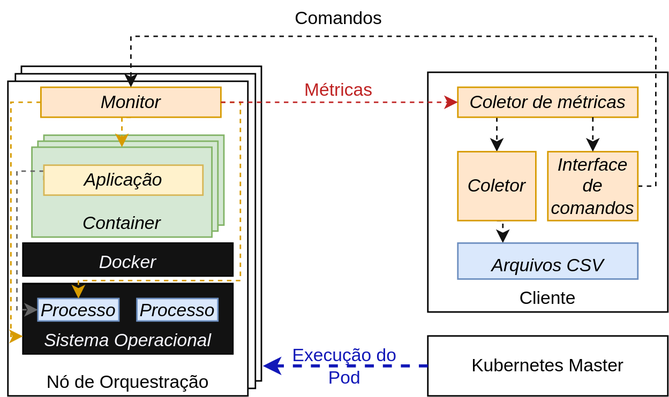
This is assets/diagram-pt.svg from hrchlhck/kubemon, a draw.io export, as it was before one commit. Source tidied: cells renumbered, new cells last; positions are measured from the earlier drawing's top-left corner, leaving out a move shared by most shapes.
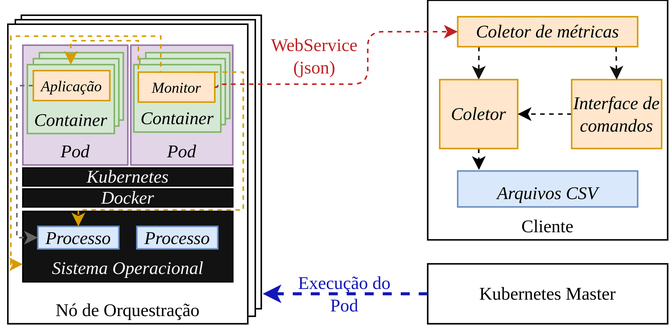
After the commit.

Change to the diagram source:
```diff
@@ -2,132 +2,143 @@
   <root>
     <mxCell id="0" />
     <mxCell id="1" parent="0" />
-    <mxCell id="2" style="rounded=0;whiteSpace=wrap;html=1;verticalAlign=bottom;" parent="1" vertex="1">
-      <mxGeometry x="9" y="44" width="160" height="210" as="geometry" />
-    </mxCell>
-    <mxCell id="3" style="rounded=0;whiteSpace=wrap;html=1;verticalAlign=bottom;" parent="1" vertex="1">
-      <mxGeometry x="5" y="49" width="160" height="210" as="geometry" />
-    </mxCell>
+    <mxCell id="33" style="rounded=0;whiteSpace=wrap;html=1;verticalAlign=bottom;fontFamily=Palatino;" parent="1" vertex="1">
+      <mxGeometry x="9" y="58" width="160" height="196" as="geometry" />
+    </mxCell>
+    <mxCell id="34" style="rounded=0;whiteSpace=wrap;html=1;verticalAlign=bottom;fontFamily=Palatino;" parent="1" vertex="1">
+      <mxGeometry x="5" y="61" width="160" height="198" as="geometry" />
+    </mxCell>
-    <mxCell id="4" value="Nó de Orquestração" style="rounded=0;whiteSpace=wrap;html=1;verticalAlign=bottom;" parent="1" vertex="1">
-      <mxGeometry y="54" width="160" height="210" as="geometry" />
+    <mxCell id="4" value="Nó de Orquestração" style="rounded=0;whiteSpace=wrap;html=1;verticalAlign=bottom;fontFamily=Palatino;" parent="1" vertex="1">
+      <mxGeometry y="64" width="160" height="200" as="geometry" />
     </mxCell>
-    <mxCell id="5" value="&lt;i&gt;Container&lt;/i&gt;" style="rounded=0;whiteSpace=wrap;html=1;verticalAlign=bottom;fillColor=#d5e8d4;strokeColor=#82b366;" parent="1" vertex="1">
-      <mxGeometry x="24" y="90" width="120" height="60" as="geometry" />
-    </mxCell>
-    <mxCell id="6" value="&lt;i&gt;Container&lt;/i&gt;" style="rounded=0;whiteSpace=wrap;html=1;verticalAlign=bottom;fillColor=#d5e8d4;strokeColor=#82b366;" parent="1" vertex="1">
-      <mxGeometry x="20" y="94" width="120" height="60" as="geometry" />
-    </mxCell>
-    <mxCell id="7" value="&lt;i&gt;Container&lt;/i&gt;" style="rounded=0;whiteSpace=wrap;html=1;verticalAlign=bottom;fillColor=#d5e8d4;strokeColor=#82b366;" parent="1" vertex="1">
-      <mxGeometry x="16" y="98" width="120" height="60" as="geometry" />
-    </mxCell>
+    <mxCell id="35" value="Pod" style="rounded=0;whiteSpace=wrap;html=1;fillColor=#e1d5e7;strokeColor=#9673a6;fontStyle=2;fontFamily=Palatino;verticalAlign=bottom;" parent="1" vertex="1">
+      <mxGeometry x="10" y="78" width="70" height="80" as="geometry" />
+    </mxCell>
+    <mxCell id="36" value="&lt;div&gt;&lt;br&gt;&lt;/div&gt;&lt;div&gt;&lt;br&gt;&lt;/div&gt;" style="rounded=0;whiteSpace=wrap;html=1;verticalAlign=bottom;fillColor=#d5e8d4;strokeColor=#82b366;fontFamily=Palatino;" parent="1" vertex="1">
+      <mxGeometry x="21" y="83" width="56" height="45" as="geometry" />
+    </mxCell>
+    <mxCell id="37" style="rounded=0;whiteSpace=wrap;html=1;verticalAlign=bottom;fillColor=#d5e8d4;strokeColor=#82b366;fontFamily=Palatino;" parent="1" vertex="1">
+      <mxGeometry x="17" y="87" width="57" height="45" as="geometry" />
+    </mxCell>
+    <mxCell id="38" value="&lt;i&gt;Container&lt;/i&gt;" style="rounded=0;whiteSpace=wrap;html=1;verticalAlign=bottom;fillColor=#d5e8d4;strokeColor=#82b366;fontFamily=Palatino;" parent="1" vertex="1">
+      <mxGeometry x="13" y="91" width="58" height="46" as="geometry" />
+    </mxCell>
-    <mxCell id="8" value="&lt;i&gt;Sistema Operacional&lt;br&gt;&lt;/i&gt;" style="rounded=0;whiteSpace=wrap;html=1;verticalAlign=bottom;fillColor=#121212;fontColor=#F8F8FF;" parent="1" vertex="1">
+    <mxCell id="8" value="&lt;i&gt;Sistema Operacional&lt;br&gt;&lt;/i&gt;" style="rounded=0;whiteSpace=wrap;html=1;verticalAlign=bottom;fillColor=#121212;fontColor=#F8F8FF;fontFamily=Palatino;" parent="1" vertex="1">
       <mxGeometry x="10" y="189" width="140" height="47" as="geometry" />
     </mxCell>
-    <mxCell id="9" value="Docker" style="rounded=0;whiteSpace=wrap;html=1;verticalAlign=bottom;fillColor=#121212;fontColor=#F8F8FF;fontStyle=2;" parent="1" vertex="1">
-      <mxGeometry x="10" y="162" width="140" height="22" as="geometry" />
+    <mxCell id="9" value="Docker" style="rounded=0;whiteSpace=wrap;html=1;verticalAlign=middle;fillColor=#121212;fontColor=#F8F8FF;fontStyle=2;fontFamily=Palatino;" parent="1" vertex="1">
+      <mxGeometry x="10" y="174" width="140" height="12" as="geometry" />
     </mxCell>
-    <mxCell id="10" value="&lt;div align=&quot;center&quot;&gt;Processo&lt;/div&gt;" style="rounded=0;whiteSpace=wrap;html=1;fillColor=#dae8fc;verticalAlign=middle;strokeColor=#6c8ebf;align=center;fontStyle=2;" parent="1" vertex="1">
-      <mxGeometry x="86" y="199" width="54" height="15" as="geometry" />
-    </mxCell>
-    <mxCell id="11" style="edgeStyle=orthogonalEdgeStyle;jettySize=auto;html=1;exitX=0;exitY=0.5;exitDx=0;exitDy=0;entryX=0;entryY=0.5;entryDx=0;entryDy=0;fontColor=#F8F8FF;fillColor=#f5f5f5;strokeColor=#666666;rounded=0;dashed=1;" parent="1" edge="1" source="12" target="13">
-      <mxGeometry relative="1" as="geometry">
-        <Array as="points">
-          <mxPoint x="24" y="114" />
-          <mxPoint x="6" y="114" />
-          <mxPoint x="6" y="207" />
-        </Array>
-      </mxGeometry>
-    </mxCell>
-    <mxCell id="12" value="Aplicação" style="rounded=0;whiteSpace=wrap;html=1;fillColor=#fff2cc;verticalAlign=middle;strokeColor=#d6b656;fontStyle=2;" parent="1" vertex="1">
-      <mxGeometry x="24" y="110" width="106" height="20" as="geometry" />
-    </mxCell>
-    <mxCell id="13" value="&lt;div align=&quot;center&quot;&gt;Processo&lt;/div&gt;" style="rounded=0;whiteSpace=wrap;html=1;fillColor=#dae8fc;verticalAlign=middle;strokeColor=#6c8ebf;align=center;fontStyle=2;" parent="1" vertex="1">
-      <mxGeometry x="20" y="199" width="54" height="15" as="geometry" />
-    </mxCell>
-    <mxCell id="14" style="edgeStyle=orthogonalEdgeStyle;rounded=0;jettySize=auto;html=1;exitX=1;exitY=0.5;exitDx=0;exitDy=0;entryX=0.5;entryY=0;entryDx=0;entryDy=0;dashed=1;fontColor=#F8F8FF;strokeColor=#d79b00;fillColor=#ffe6cc;" parent="1" edge="1" source="17" target="13">
-      <mxGeometry relative="1" as="geometry">
-        <Array as="points">
-          <mxPoint x="155" y="68" />
-          <mxPoint x="155" y="187" />
-          <mxPoint x="47" y="187" />
-        </Array>
-      </mxGeometry>
-    </mxCell>
-    <mxCell id="15" style="edgeStyle=orthogonalEdgeStyle;rounded=0;jettySize=auto;html=1;exitX=0.5;exitY=1;exitDx=0;exitDy=0;entryX=0.5;entryY=0;entryDx=0;entryDy=0;dashed=1;fontColor=#F8F8FF;strokeColor=#d79b00;fillColor=#ffe6cc;" parent="1" edge="1" source="17" target="7">
-      <mxGeometry relative="1" as="geometry" />
-    </mxCell>
-    <mxCell id="16" style="edgeStyle=orthogonalEdgeStyle;rounded=0;jettySize=auto;html=1;exitX=0;exitY=0.5;exitDx=0;exitDy=0;entryX=0;entryY=0.75;entryDx=0;entryDy=0;dashed=1;fontColor=#F8F8FF;strokeColor=#d79b00;fillColor=#ffe6cc;" parent="1" edge="1" source="17" target="8">
-      <mxGeometry relative="1" as="geometry">
-        <Array as="points">
-          <mxPoint x="2" y="68" />
-          <mxPoint x="2" y="224" />
-        </Array>
-      </mxGeometry>
-    </mxCell>
-    <mxCell id="17" value="Monitor" style="rounded=0;whiteSpace=wrap;html=1;fillColor=#ffe6cc;verticalAlign=middle;strokeColor=#d79b00;fontStyle=2;" parent="1" vertex="1">
-      <mxGeometry x="22" y="58" width="120" height="20" as="geometry" />
-    </mxCell>
+    <mxCell id="39" value="&lt;div align=&quot;center&quot;&gt;Processo&lt;/div&gt;" style="rounded=0;whiteSpace=wrap;html=1;fillColor=#dae8fc;verticalAlign=middle;strokeColor=#6c8ebf;align=center;fontStyle=2;fontFamily=Palatino;" parent="1" vertex="1">
+      <mxGeometry x="86" y="199" width="54" height="15" as="geometry" />
+    </mxCell>
+    <mxCell id="40" style="edgeStyle=orthogonalEdgeStyle;jettySize=auto;html=1;exitX=0;exitY=0.5;exitDx=0;exitDy=0;entryX=0;entryY=0.5;entryDx=0;entryDy=0;fontColor=#F8F8FF;fillColor=#f5f5f5;strokeColor=#666666;rounded=0;dashed=1;fontFamily=Palatino;" parent="1" edge="1" source="12" target="41">
+      <mxGeometry relative="1" as="geometry">
+        <Array as="points">
+          <mxPoint x="6" y="105" />
+          <mxPoint x="6" y="207" />
+        </Array>
+      </mxGeometry>
+    </mxCell>
+    <mxCell id="41" value="&lt;div align=&quot;center&quot;&gt;Processo&lt;/div&gt;" style="rounded=0;whiteSpace=wrap;html=1;fillColor=#dae8fc;verticalAlign=middle;strokeColor=#6c8ebf;align=center;fontStyle=2;fontFamily=Palatino;" parent="1" vertex="1">
+      <mxGeometry x="20" y="199" width="54" height="15" as="geometry" />
+    </mxCell>
-    <mxCell id="18" value="Kubernetes Master" style="rounded=0;whiteSpace=wrap;html=1;verticalAlign=middle;" parent="1" vertex="1">
+    <mxCell id="18" value="Kubernetes Master" style="rounded=0;whiteSpace=wrap;html=1;verticalAlign=middle;fontFamily=Palatino;" parent="1" vertex="1">
       <mxGeometry x="280" y="224" width="160" height="40" as="geometry" />
     </mxCell>
-    <mxCell id="19" style="endArrow=classic;html=1;exitX=0;exitY=0.5;exitDx=0;exitDy=0;dashed=1;strokeColor=#1218B8;strokeWidth=2;rounded=1;" parent="1" edge="1" source="18">
-      <mxGeometry relative="1" as="geometry">
-        <mxPoint x="170" y="244" as="targetPoint" />
-      </mxGeometry>
-    </mxCell>
+    <mxCell id="42" style="endArrow=classic;html=1;exitX=0;exitY=0.5;exitDx=0;exitDy=0;dashed=1;strokeColor=#1218B8;strokeWidth=2;rounded=1;fontFamily=Palatino;" parent="1" edge="1" source="18">
+      <mxGeometry relative="1" as="geometry">
+        <mxPoint x="170" y="244" as="targetPoint" />
+      </mxGeometry>
+    </mxCell>
-    <mxCell id="20" value="Cliente" style="whiteSpace=wrap;html=1;verticalAlign=bottom;fontStyle=0;" parent="1" vertex="1">
+    <mxCell id="20" value="Cliente" style="whiteSpace=wrap;html=1;verticalAlign=bottom;fontStyle=0;fontFamily=Palatino;" parent="1" vertex="1">
       <mxGeometry x="280" y="48" width="160" height="160" as="geometry" />
     </mxCell>
-    <mxCell id="21" style="edgeStyle=orthogonalEdgeStyle;rounded=0;jettySize=auto;html=1;exitX=0.25;exitY=1;exitDx=0;exitDy=0;entryX=0.5;entryY=0;entryDx=0;entryDy=0;dashed=1;strokeWidth=1;strokeColor=#121212;" parent="1" edge="1" source="22" target="25">
-      <mxGeometry relative="1" as="geometry">
-        <Array as="points">
-          <mxPoint x="326" y="77" />
-        </Array>
-      </mxGeometry>
+    <mxCell id="21" style="edgeStyle=orthogonalEdgeStyle;rounded=0;jettySize=auto;html=1;entryX=0.5;entryY=0;entryDx=0;entryDy=0;dashed=1;strokeWidth=1;strokeColor=#121212;fontFamily=Palatino;exitX=0.118;exitY=1.003;exitDx=0;exitDy=0;exitPerimeter=0;" parent="1" edge="1" source="22" target="25">
+      <mxGeometry relative="1" as="geometry" />
     </mxCell>
-    <mxCell id="22" value="Coletor de métricas" style="rounded=0;whiteSpace=wrap;html=1;fillColor=#ffe6cc;verticalAlign=middle;strokeColor=#d79b00;fontStyle=2;" parent="1" vertex="1">
-      <mxGeometry x="300" y="58" width="120" height="20" as="geometry" />
+    <mxCell id="22" value="Coletor de métricas" style="rounded=0;whiteSpace=wrap;html=1;fillColor=#ffe6cc;verticalAlign=middle;strokeColor=#d79b00;fontStyle=2;fontFamily=Palatino;" parent="1" vertex="1">
+      <mxGeometry x="300" y="59" width="120" height="20" as="geometry" />
     </mxCell>
-    <mxCell id="23" style="edgeStyle=orthogonalEdgeStyle;rounded=1;jettySize=auto;html=1;exitX=1;exitY=0.5;exitDx=0;exitDy=0;entryX=0;entryY=0.5;entryDx=0;entryDy=0;dashed=1;strokeWidth=1;fillColor=#dae8fc;strokeColor=#BF2222;" parent="1" edge="1" source="17" target="22">
-      <mxGeometry relative="1" as="geometry" />
-    </mxCell>
-    <mxCell id="24" style="edgeStyle=orthogonalEdgeStyle;rounded=0;jettySize=auto;html=1;exitX=0.5;exitY=1;exitDx=0;exitDy=0;entryX=0.25;entryY=0;entryDx=0;entryDy=0;dashed=1;strokeColor=#121212;strokeWidth=1;" parent="1" edge="1" source="25" target="29">
+    <mxCell id="24" style="edgeStyle=orthogonalEdgeStyle;rounded=0;jettySize=auto;html=1;exitX=0.5;exitY=1;exitDx=0;exitDy=0;entryX=0.118;entryY=-0.03;entryDx=0;entryDy=0;entryPerimeter=0;dashed=1;" parent="1" edge="1" source="25" target="29">
       <mxGeometry relative="1" as="geometry" />
     </mxCell>
-    <mxCell id="25" value="Coletor" style="rounded=0;whiteSpace=wrap;html=1;fillColor=#ffe6cc;verticalAlign=middle;strokeColor=#d79b00;fontStyle=2;" parent="1" vertex="1">
-      <mxGeometry x="300" y="101" width="52" height="46" as="geometry" />
+    <mxCell id="25" value="Coletor" style="rounded=0;whiteSpace=wrap;html=1;fillColor=#ffe6cc;verticalAlign=middle;strokeColor=#d79b00;fontStyle=2;fontFamily=Palatino;" parent="1" vertex="1">
+      <mxGeometry x="288" y="101" width="52" height="46" as="geometry" />
     </mxCell>
-    <mxCell id="26" style="edgeStyle=orthogonalEdgeStyle;rounded=0;jettySize=auto;html=1;exitX=1;exitY=0.5;exitDx=0;exitDy=0;entryX=0.5;entryY=0;entryDx=0;entryDy=0;dashed=1;strokeColor=#121212;strokeWidth=1;" parent="1" edge="1" source="27" target="17">
-      <mxGeometry relative="1" as="geometry">
-        <Array as="points">
-          <mxPoint x="432" y="124" />
-          <mxPoint x="432" y="24" />
-          <mxPoint x="82" y="24" />
-        </Array>
-      </mxGeometry>
-    </mxCell>
+    <mxCell id="43" style="edgeStyle=orthogonalEdgeStyle;rounded=0;jettySize=auto;html=1;exitX=0;exitY=0.5;exitDx=0;exitDy=0;entryX=1;entryY=0.5;entryDx=0;entryDy=0;dashed=1;" parent="1" edge="1" source="27" target="25">
+      <mxGeometry relative="1" as="geometry" />
+    </mxCell>
-    <mxCell id="27" value="Interface de comandos" style="rounded=0;whiteSpace=wrap;html=1;fillColor=#ffe6cc;verticalAlign=middle;strokeColor=#d79b00;fontStyle=2;" parent="1" vertex="1">
-      <mxGeometry x="360" y="101" width="60" height="46" as="geometry" />
+    <mxCell id="27" value="Interface de comandos" style="rounded=0;whiteSpace=wrap;html=1;fillColor=#ffe6cc;verticalAlign=middle;strokeColor=#d79b00;fontStyle=2;fontFamily=Palatino;" parent="1" vertex="1">
+      <mxGeometry x="376" y="101" width="60" height="46" as="geometry" />
     </mxCell>
-    <mxCell id="28" style="edgeStyle=orthogonalEdgeStyle;rounded=0;jettySize=auto;html=1;exitX=0.75;exitY=1;exitDx=0;exitDy=0;entryX=0.5;entryY=0;entryDx=0;entryDy=0;dashed=1;strokeWidth=1;strokeColor=#121212;" parent="1" edge="1" source="22" target="27">
-      <mxGeometry relative="1" as="geometry">
-        <Array as="points">
-          <mxPoint x="390" y="87" />
-          <mxPoint x="390" y="87" />
-        </Array>
-      </mxGeometry>
+    <mxCell id="28" style="edgeStyle=orthogonalEdgeStyle;rounded=0;jettySize=auto;html=1;exitX=0.88;exitY=1.021;exitDx=0;exitDy=0;entryX=0.5;entryY=0;entryDx=0;entryDy=0;dashed=1;strokeWidth=1;strokeColor=#121212;fontFamily=Palatino;exitPerimeter=0;" parent="1" edge="1" source="22" target="27">
+      <mxGeometry relative="1" as="geometry" />
     </mxCell>
-    <mxCell id="29" value="Arquivos CSV" style="rounded=0;whiteSpace=wrap;html=1;verticalAlign=bottom;fillColor=#dae8fc;strokeColor=#6c8ebf;fontStyle=2;" parent="1" vertex="1">
+    <mxCell id="29" value="Arquivos CSV" style="rounded=0;whiteSpace=wrap;html=1;verticalAlign=bottom;fillColor=#dae8fc;strokeColor=#6c8ebf;fontStyle=2;fontFamily=Palatino;" parent="1" vertex="1">
       <mxGeometry x="300" y="162" width="120" height="24" as="geometry" />
     </mxCell>
-    <mxCell id="30" value="Comandos" style="text;html=1;align=center;verticalAlign=middle;strokeColor=none;" parent="1" vertex="1">
-      <mxGeometry x="184" width="72" height="24" as="geometry" />
-    </mxCell>
-    <mxCell id="31" value="Métricas" style="text;html=1;align=center;verticalAlign=middle;strokeColor=none;fontColor=#BF2222;" parent="1" vertex="1">
-      <mxGeometry x="192" y="48" width="56" height="24" as="geometry" />
-    </mxCell>
+    <mxCell id="44" value="&lt;div&gt;WebService &lt;br&gt;&lt;/div&gt;&lt;div&gt;(json)&lt;/div&gt;" style="text;html=1;align=center;verticalAlign=middle;strokeColor=none;fontColor=#BF2222;fontFamily=Palatino;" parent="1" vertex="1">
+      <mxGeometry x="168" y="65" width="72" height="40" as="geometry" />
+    </mxCell>
+    <mxCell id="45" value="Pod" style="rounded=0;whiteSpace=wrap;html=1;fillColor=#e1d5e7;strokeColor=#9673a6;fontStyle=2;fontFamily=Palatino;verticalAlign=bottom;" parent="1" vertex="1">
+      <mxGeometry x="82" y="78" width="68" height="80" as="geometry" />
+    </mxCell>
-    <mxCell id="32" value="&lt;div&gt;Execução do&lt;/div&gt;&lt;div&gt;Pod&lt;br&gt;&lt;/div&gt;" style="text;html=1;align=center;verticalAlign=middle;strokeColor=none;fontColor=#1218B8;" parent="1" vertex="1">
+    <mxCell id="32" value="&lt;div&gt;Execução do&lt;/div&gt;&lt;div&gt;Pod&lt;br&gt;&lt;/div&gt;" style="text;html=1;align=center;verticalAlign=middle;strokeColor=none;fontColor=#1218B8;fontFamily=Palatino;" parent="1" vertex="1">
       <mxGeometry x="184" y="224" width="80" height="40" as="geometry" />
     </mxCell>
+    <mxCell id="12" value="Aplicação" style="rounded=0;whiteSpace=wrap;html=1;fillColor=#ffe6cc;verticalAlign=middle;strokeColor=#d79b00;fontStyle=2;fontFamily=Palatino;fontSize=10;" parent="1" vertex="1">
+      <mxGeometry x="17" y="95" width="51" height="20" as="geometry" />
+    </mxCell>
+    <mxCell id="46" value="&lt;div&gt;&lt;br&gt;&lt;/div&gt;&lt;div&gt;&lt;br&gt;&lt;/div&gt;" style="rounded=0;whiteSpace=wrap;html=1;verticalAlign=bottom;fillColor=#d5e8d4;strokeColor=#82b366;fontFamily=Palatino;" parent="1" vertex="1">
+      <mxGeometry x="92" y="83" width="56" height="44" as="geometry" />
+    </mxCell>
+    <mxCell id="47" style="rounded=0;whiteSpace=wrap;html=1;verticalAlign=bottom;fillColor=#d5e8d4;strokeColor=#82b366;fontFamily=Palatino;" parent="1" vertex="1">
+      <mxGeometry x="88" y="87" width="57" height="44" as="geometry" />
+    </mxCell>
+    <mxCell id="48" value="&lt;i&gt;Container&lt;/i&gt;" style="rounded=0;whiteSpace=wrap;html=1;verticalAlign=bottom;fillColor=#d5e8d4;strokeColor=#82b366;fontFamily=Palatino;" parent="1" vertex="1">
+      <mxGeometry x="84" y="91" width="58" height="45" as="geometry" />
+    </mxCell>
+    <mxCell id="49" style="edgeStyle=orthogonalEdgeStyle;rounded=0;jettySize=auto;html=1;exitX=0;exitY=0.5;exitDx=0;exitDy=0;entryX=0.5;entryY=0;entryDx=0;entryDy=0;dashed=1;fillColor=#ffe6cc;strokeColor=#d79b00;" parent="1" edge="1" source="17" target="38">
+      <mxGeometry relative="1" as="geometry">
+        <Array as="points">
+          <mxPoint x="87" y="75" />
+          <mxPoint x="42" y="75" />
+        </Array>
+      </mxGeometry>
+    </mxCell>
+    <mxCell id="17" value="Monitor" style="rounded=0;whiteSpace=wrap;html=1;fillColor=#ffe6cc;verticalAlign=middle;strokeColor=#d79b00;fontStyle=2;fontFamily=Palatino;fontSize=10;" parent="1" vertex="1">
+      <mxGeometry x="87" y="96" width="51" height="20" as="geometry" />
+    </mxCell>
+    <mxCell id="23" style="edgeStyle=orthogonalEdgeStyle;rounded=1;jettySize=auto;html=1;exitX=1;exitY=0.5;exitDx=0;exitDy=0;entryX=0;entryY=0.5;entryDx=0;entryDy=0;dashed=1;strokeWidth=1;fillColor=#dae8fc;strokeColor=#BF2222;fontFamily=Palatino;" parent="1" edge="1" source="17" target="22">
+      <mxGeometry relative="1" as="geometry">
+        <Array as="points">
+          <mxPoint x="140" y="104" />
+          <mxPoint x="240" y="104" />
+          <mxPoint x="240" y="69" />
+        </Array>
+      </mxGeometry>
+    </mxCell>
+    <mxCell id="50" style="edgeStyle=orthogonalEdgeStyle;rounded=0;jettySize=auto;html=1;exitX=0.75;exitY=0;exitDx=0;exitDy=0;entryX=0.5;entryY=0;entryDx=0;entryDy=0;dashed=1;fontColor=#F8F8FF;strokeColor=#d79b00;fillColor=#ffe6cc;fontFamily=Palatino;" parent="1" edge="1" source="17" target="41">
+      <mxGeometry relative="1" as="geometry">
+        <Array as="points">
+          <mxPoint x="157" y="96" />
+          <mxPoint x="157" y="188" />
+          <mxPoint x="47" y="188" />
+        </Array>
+      </mxGeometry>
+    </mxCell>
+    <mxCell id="16" style="edgeStyle=orthogonalEdgeStyle;rounded=0;jettySize=auto;html=1;entryX=0;entryY=0.75;entryDx=0;entryDy=0;dashed=1;fontColor=#F8F8FF;strokeColor=#d79b00;fillColor=#ffe6cc;fontFamily=Palatino;exitX=0.25;exitY=0;exitDx=0;exitDy=0;" parent="1" edge="1" source="17" target="8">
+      <mxGeometry relative="1" as="geometry">
+        <Array as="points">
+          <mxPoint x="102" y="72" />
+          <mxPoint x="2" y="72" />
+          <mxPoint x="2" y="224" />
+        </Array>
+      </mxGeometry>
+    </mxCell>
+    <mxCell id="51" value="Kubernetes" style="rounded=0;whiteSpace=wrap;html=1;verticalAlign=middle;fillColor=#121212;fontColor=#F8F8FF;fontStyle=2;fontFamily=Palatino;" parent="1" vertex="1">
+      <mxGeometry x="10" y="160" width="140" height="12" as="geometry" />
+    </mxCell>
   </root>
 </mxGraphModel>
```
